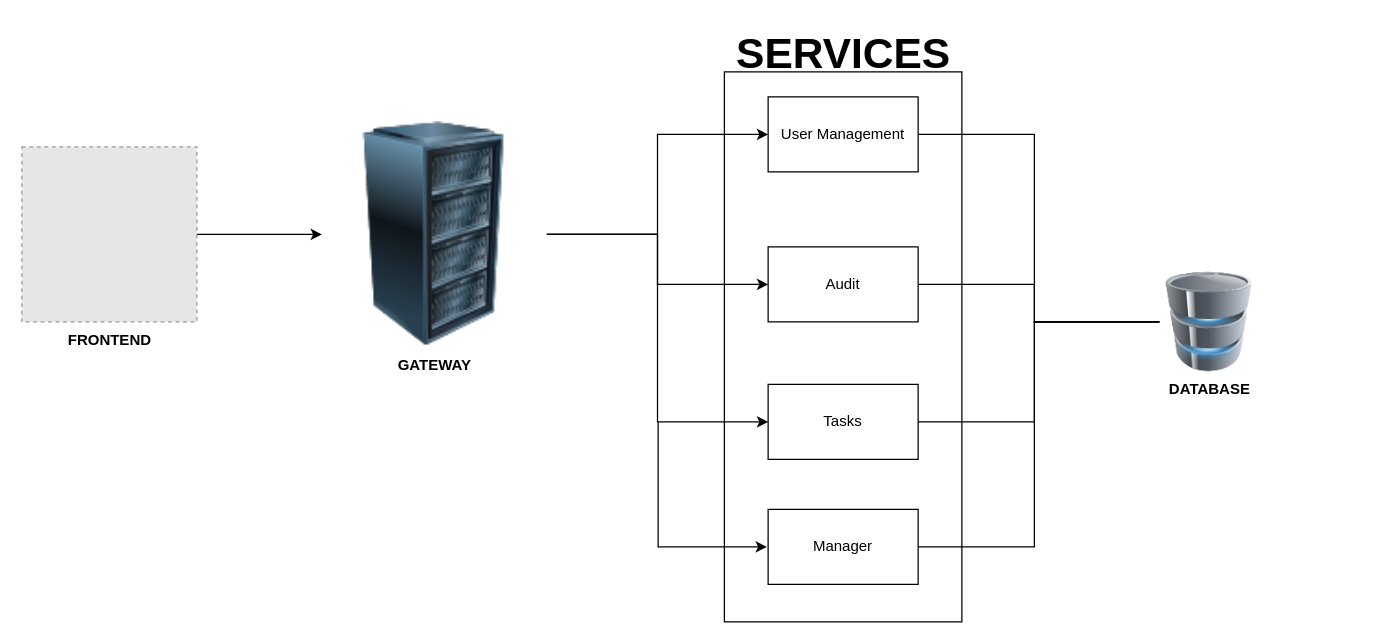
The draw.io diagram Backend/diagrams/backend-architecture.drawio in Projekt-DataScience/wiki, before the edit. Source tidied: cells renumbered, new cells numbered last; positions are measured from the earlier drawing's top-left corner, leaving out a move shared by most shapes. Both pictures are drawn from the tidied source at 125%, with x=0, y=0 at pixel (21, 21). Pictures stored in the file or linked from it are replaced by grey dashed boxes.
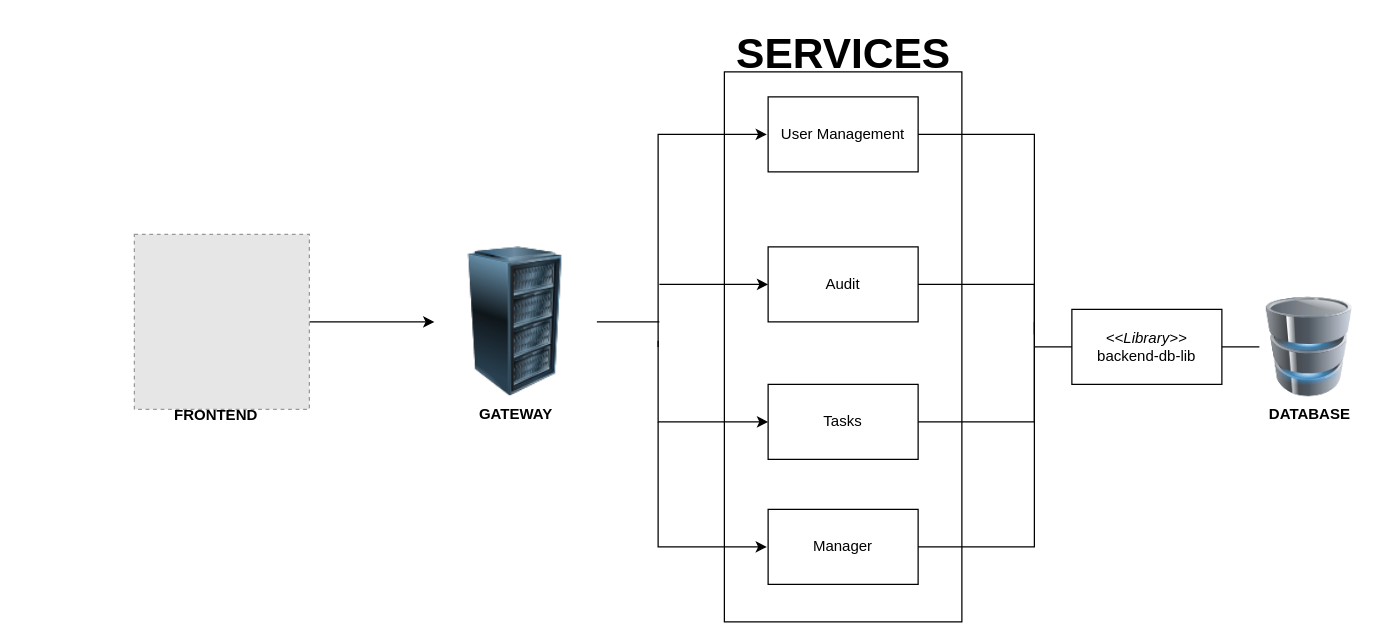
Above is the later version.

The change refers to these unchanged cells:
```xml
<mxCell id="11" value="User Management" style="rounded=0;whiteSpace=wrap;html=1;" parent="1" vertex="1">
  <mxGeometry x="597" y="60" width="120" height="60" as="geometry" />
</mxCell>
<mxCell id="13" value="Audit" style="rounded=0;whiteSpace=wrap;html=1;" parent="1" vertex="1">
  <mxGeometry x="597" y="180" width="120" height="60" as="geometry" />
</mxCell>
<mxCell id="15" value="Tasks" style="rounded=0;whiteSpace=wrap;html=1;" parent="1" vertex="1">
  <mxGeometry x="597" y="290" width="120" height="60" as="geometry" />
</mxCell>
<mxCell id="19" value="Manager" style="rounded=0;whiteSpace=wrap;html=1;" parent="1" vertex="1">
  <mxGeometry x="597" y="390" width="120" height="60" as="geometry" />
</mxCell>
```

Diff of the diagram source:
```diff
@@
     <mxCell id="4" style="fillColor=#E6E6E6;strokeColor=#999999;dashed=1;html=1;verticalAlign=top;verticalLabelPosition=bottom;labelBackgroundColor=#ffffff;" parent="1" vertex="1">
-      <mxGeometry y="100" width="140" height="140" as="geometry" />
+      <mxGeometry x="90" y="170" width="140" height="140" as="geometry" />
     </mxCell>
     <mxCell id="5" value="&lt;b&gt;FRONTEND&lt;/b&gt;" style="text;html=1;align=center;verticalAlign=middle;strokeColor=none;fillColor=none;" parent="1" vertex="1">
-      <mxGeometry x="25" y="240" width="90" height="30" as="geometry" />
+      <mxGeometry x="110" y="300" width="90" height="30" as="geometry" />
     </mxCell>
-    <mxCell id="6" style="edgeStyle=orthogonalEdgeStyle;rounded=0;jettySize=auto;html=1;exitX=1;exitY=0.5;exitDx=0;exitDy=0;entryX=0;entryY=0.5;entryDx=0;entryDy=0;" parent="1" edge="1" source="9" target="11">
-      <mxGeometry relative="1" as="geometry" />
+    <mxCell id="6" style="edgeStyle=orthogonalEdgeStyle;rounded=0;orthogonalLoop=1;jettySize=auto;html=1;entryX=0;entryY=0.5;entryDx=0;entryDy=0;" parent="1" edge="1">
+      <mxGeometry relative="1" as="geometry">
+        <mxPoint x="509" y="260" as="sourcePoint" />
+        <mxPoint x="596" y="90" as="targetPoint" />
+        <Array as="points">
+          <mxPoint x="509" y="90" />
+        </Array>
+      </mxGeometry>
     </mxCell>
-    <mxCell id="7" style="edgeStyle=orthogonalEdgeStyle;rounded=0;jettySize=auto;html=1;exitX=1;exitY=0.5;exitDx=0;exitDy=0;entryX=0;entryY=0.5;entryDx=0;entryDy=0;" parent="1" edge="1" source="9" target="13">
-      <mxGeometry relative="1" as="geometry" />
+    <mxCell id="7" style="edgeStyle=orthogonalEdgeStyle;rounded=0;jettySize=auto;html=1;entryX=0;entryY=0.5;entryDx=0;entryDy=0;" parent="1" edge="1" target="13">
+      <mxGeometry relative="1" as="geometry">
+        <mxPoint x="510" y="210" as="sourcePoint" />
+        <Array as="points">
+          <mxPoint x="510" y="210" />
+        </Array>
+      </mxGeometry>
     </mxCell>
-    <mxCell id="8" style="edgeStyle=orthogonalEdgeStyle;rounded=0;jettySize=auto;html=1;exitX=1;exitY=0.5;exitDx=0;exitDy=0;entryX=0;entryY=0.5;entryDx=0;entryDy=0;" parent="1" edge="1" source="9" target="15">
-      <mxGeometry relative="1" as="geometry" />
+    <mxCell id="8" style="edgeStyle=orthogonalEdgeStyle;rounded=0;jettySize=auto;html=1;entryX=0;entryY=0.5;entryDx=0;entryDy=0;" parent="1" edge="1" target="15">
+      <mxGeometry relative="1" as="geometry">
+        <mxPoint x="509" y="255" as="sourcePoint" />
+        <Array as="points">
+          <mxPoint x="509" y="320" />
+        </Array>
+      </mxGeometry>
     </mxCell>
-    <mxCell id="9" style="image;html=1;image=img/lib/clip_art/computers/Server_Rack_128x128.png;" parent="1" vertex="1">
-      <mxGeometry x="240" y="80" width="180" height="180" as="geometry" />
+    <mxCell id="9" value="&lt;b&gt;GATEWAY&lt;/b&gt;" style="image;html=1;image=img/lib/clip_art/computers/Server_Rack_128x128.png;" parent="1" vertex="1">
+      <mxGeometry x="330" y="180" width="130" height="120" as="geometry" />
     </mxCell>
-    <mxCell id="10" value="&lt;b&gt;GATEWAY&lt;/b&gt;" style="text;html=1;align=center;verticalAlign=middle;strokeColor=none;fillColor=none;" parent="1" vertex="1">
-      <mxGeometry x="290" y="260" width="80" height="30" as="geometry" />
-    </mxCell>
@@
     <mxCell id="12" value="&lt;b&gt;DATABASE&lt;/b&gt;" style="image;html=1;image=img/lib/clip_art/computers/Database_128x128.png;" parent="1" vertex="1">
-      <mxGeometry x="910" y="200" width="80" height="80" as="geometry" />
+      <mxGeometry x="990" y="220" width="80" height="80" as="geometry" />
     </mxCell>
@@
-    <mxCell id="14" style="endArrow=none;html=1;rounded=0;entryX=0;entryY=0.5;entryDx=0;entryDy=0;exitX=1;exitY=0.5;exitDx=0;exitDy=0;" parent="1" edge="1" source="11" target="12">
+    <mxCell id="14" style="endArrow=none;html=1;rounded=0;exitX=1;exitY=0.5;exitDx=0;exitDy=0;" parent="1" edge="1" source="11">
       <mxGeometry relative="1" as="geometry">
+        <mxPoint x="810" y="240" as="targetPoint" />
         <Array as="points">
           <mxPoint x="810" y="90" />
           <mxPoint x="810" y="240" />
         </Array>
       </mxGeometry>
     </mxCell>
@@
-    <mxCell id="16" style="endArrow=none;html=1;rounded=0;entryX=0;entryY=0.5;entryDx=0;entryDy=0;exitX=1;exitY=0.5;exitDx=0;exitDy=0;" parent="1" edge="1" source="15" target="12">
+    <mxCell id="16" style="endArrow=none;html=1;rounded=0;exitX=1;exitY=0.5;exitDx=0;exitDy=0;" parent="1" edge="1" source="15">
       <mxGeometry relative="1" as="geometry">
+        <mxPoint x="810" y="240" as="targetPoint" />
         <Array as="points">
           <mxPoint x="810" y="320" />
           <mxPoint x="810" y="240" />
         </Array>
       </mxGeometry>
     </mxCell>
@@
-    <mxCell id="18" style="endArrow=none;html=1;rounded=0;entryX=0;entryY=0.5;entryDx=0;entryDy=0;exitX=1;exitY=0.5;exitDx=0;exitDy=0;" parent="1" edge="1" source="13" target="12">
-      <mxGeometry relative="1" as="geometry">
-        <Array as="points">
-          <mxPoint x="810" y="210" />
-          <mxPoint x="810" y="240" />
-        </Array>
-      </mxGeometry>
-    </mxCell>
@@
     <mxCell id="20" style="endArrow=none;html=1;rounded=0;exitX=1;exitY=0.5;exitDx=0;exitDy=0;" parent="1" edge="1" source="19">
       <mxGeometry relative="1" as="geometry">
-        <mxPoint x="910" y="240" as="targetPoint" />
+        <mxPoint x="810" y="240" as="targetPoint" />
         <Array as="points">
           <mxPoint x="810" y="420" />
           <mxPoint x="810" y="320" />
           <mxPoint x="810" y="240" />
         </Array>
       </mxGeometry>
     </mxCell>
@@
+    <mxCell id="22" value="&lt;i&gt;&amp;lt;&amp;lt;Library&amp;gt;&amp;gt;&lt;/i&gt;&lt;br&gt;backend-db-lib" style="rounded=0;whiteSpace=wrap;html=1;" parent="1" vertex="1">
+      <mxGeometry x="840" y="230" width="120" height="60" as="geometry" />
+    </mxCell>
+    <mxCell id="23" style="endArrow=none;html=1;rounded=0;exitX=1;exitY=0.5;exitDx=0;exitDy=0;" parent="1" edge="1" source="13">
+      <mxGeometry relative="1" as="geometry">
+        <mxPoint x="810" y="250" as="targetPoint" />
+        <Array as="points">
+          <mxPoint x="810" y="210" />
+        </Array>
+      </mxGeometry>
+    </mxCell>
+    <mxCell id="24" style="endArrow=none;html=1;rounded=0;entryX=0;entryY=0.5;entryDx=0;entryDy=0;" parent="1" edge="1" target="22">
+      <mxGeometry relative="1" as="geometry">
+        <mxPoint x="810" y="260" as="sourcePoint" />
+      </mxGeometry>
+    </mxCell>
+    <mxCell id="25" style="endArrow=none;html=1;rounded=0;entryX=0;entryY=0.5;entryDx=0;entryDy=0;exitX=1;exitY=0.5;exitDx=0;exitDy=0;" parent="1" edge="1" source="22" target="12">
+      <mxGeometry relative="1" as="geometry" />
+    </mxCell>
+    <mxCell id="26" style="endArrow=none;html=1;rounded=0;exitX=1;exitY=0.5;exitDx=0;exitDy=0;" parent="1" edge="1" source="9">
+      <mxGeometry relative="1" as="geometry">
+        <mxPoint x="510" y="240" as="targetPoint" />
+      </mxGeometry>
+    </mxCell>
```
